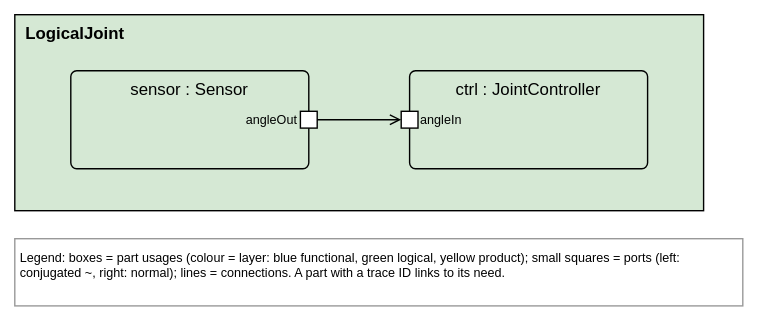
This is curatrix/tests/fixtures/sphinxdoc/views/jointView.drawio.svg from tiacsys/xdmod, a draw.io export, as it was before one commit. Source tidied: cells renumbered, new cells last; positions are measured from the earlier drawing's top-left corner, leaving out a move shared by most shapes. Source of this version:
```xml
<mxGraphModel>
  <root>
    <mxCell id="0" />
    <mxCell id="1" parent="0" />
    <mxCell id="2" value="LogicalJoint" style="rounded=0;html=0;verticalAlign=top;align=left;spacingLeft=6;fontStyle=1;fillColor=#D5E8D4;" parent="1" vertex="1">
      <mxGeometry width="492" height="140" as="geometry" />
    </mxCell>
    <mxCell id="3" value="Legend: boxes = part usages (colour = layer: blue functional, green logical, yellow product); small squares = ports (left: conjugated ~, right: normal); lines = connections. A part with a trace ID links to its need." style="text;html=0;align=left;verticalAlign=top;fontSize=9;fillColor=#FFFFFF;strokeColor=#999999;spacing=4;whiteSpace=wrap;" parent="1" vertex="1">
      <mxGeometry y="160" width="520" height="48" as="geometry" />
    </mxCell>
    <mxCell id="4" value="ctrl : JointController" style="rounded=1;arcSize=6;html=0;verticalAlign=top;whiteSpace=wrap;fillColor=#D5E8D4;" parent="2" vertex="1">
      <mxGeometry x="282" y="40" width="170" height="70" as="geometry" />
    </mxCell>
    <mxCell id="5" value="sensor : Sensor" style="rounded=1;arcSize=6;html=0;verticalAlign=top;whiteSpace=wrap;fillColor=#D5E8D4;" parent="2" vertex="1">
      <mxGeometry x="40" y="40" width="170" height="70" as="geometry" />
    </mxCell>
    <mxCell id="6" value="angleIn" style="rounded=0;html=0;fillColor=#FFFFFF;fontSize=9;labelPosition=right;align=left;verticalLabelPosition=middle;verticalAlign=middle;" parent="4" vertex="1">
      <mxGeometry x="-6" y="29" width="12" height="12" as="geometry" />
    </mxCell>
    <mxCell id="7" value="angleOut" style="rounded=0;html=0;fillColor=#FFFFFF;fontSize=9;labelPosition=left;align=right;verticalLabelPosition=middle;verticalAlign=middle;" parent="5" vertex="1">
      <mxGeometry x="164" y="29" width="12" height="12" as="geometry" />
    </mxCell>
    <mxCell id="8" style="endArrow=open;html=0;rounded=0;edgeStyle=orthogonalEdgeStyle;" parent="1" edge="1" source="7" target="6">
      <mxGeometry relative="1" as="geometry" />
    </mxCell>
  </root>
</mxGraphModel>
```
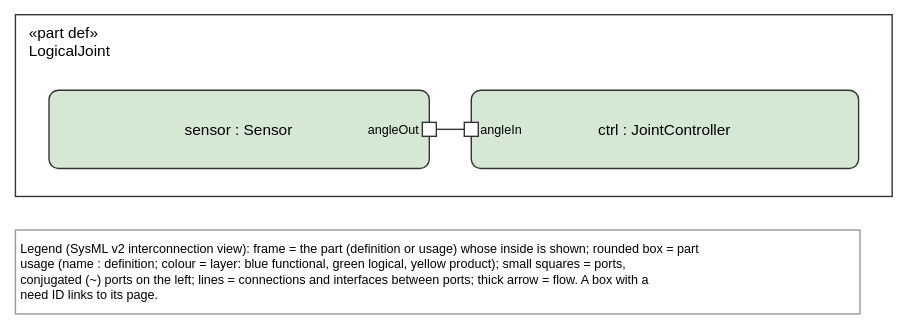
After the commit.

Change to the diagram source:
```diff
@@ -2,25 +2,25 @@
   <root>
     <mxCell id="0" />
     <mxCell id="1" parent="0" />
-    <mxCell id="2" value="LogicalJoint" style="rounded=0;html=0;verticalAlign=top;align=left;spacingLeft=6;fontStyle=1;fillColor=#D5E8D4;" parent="1" vertex="1">
-      <mxGeometry width="492" height="140" as="geometry" />
+    <mxCell id="2" value="«part def»&#10;LogicalJoint" style="html=0;fontFamily=Helvetica;fontSize=11;strokeColor=#333333;rounded=0;verticalAlign=top;align=left;spacingLeft=8;fillColor=none;" parent="1" vertex="1">
+      <mxGeometry width="627" height="130" as="geometry" />
     </mxCell>
-    <mxCell id="3" value="Legend: boxes = part usages (colour = layer: blue functional, green logical, yellow product); small squares = ports (left: conjugated ~, right: normal); lines = connections. A part with a trace ID links to its need." style="text;html=0;align=left;verticalAlign=top;fontSize=9;fillColor=#FFFFFF;strokeColor=#999999;spacing=4;whiteSpace=wrap;" parent="1" vertex="1">
-      <mxGeometry y="160" width="520" height="48" as="geometry" />
+    <mxCell id="3" value="Legend (SysML v2 interconnection view): frame = the part (definition or usage) whose inside is shown; rounded box = part&#10;usage (name : definition; colour = layer: blue functional, green logical, yellow product); small squares = ports,&#10;conjugated (~) ports on the left; lines = connections and interfaces between ports; thick arrow = flow. A box with a&#10;need ID links to its page." style="text;html=0;align=left;verticalAlign=top;fontFamily=Helvetica;fontSize=9;fillColor=#FFFFFF;strokeColor=#999999;spacing=4;" parent="1" vertex="1">
+      <mxGeometry y="154" width="604" height="60" as="geometry" />
     </mxCell>
-    <mxCell id="4" value="ctrl : JointController" style="rounded=1;arcSize=6;html=0;verticalAlign=top;whiteSpace=wrap;fillColor=#D5E8D4;" parent="2" vertex="1">
-      <mxGeometry x="282" y="40" width="170" height="70" as="geometry" />
+    <mxCell id="4" value="ctrl : JointController" style="html=0;fontFamily=Helvetica;fontSize=11;strokeColor=#333333;rounded=1;arcSize=12;fillColor=#FFFFFF;verticalAlign=middle;fillColor=#D5E8D4;" parent="2" vertex="1">
+      <mxGeometry x="326" y="54" width="277" height="56" as="geometry" />
     </mxCell>
-    <mxCell id="5" value="sensor : Sensor" style="rounded=1;arcSize=6;html=0;verticalAlign=top;whiteSpace=wrap;fillColor=#D5E8D4;" parent="2" vertex="1">
-      <mxGeometry x="40" y="40" width="170" height="70" as="geometry" />
+    <mxCell id="5" value="sensor : Sensor" style="html=0;fontFamily=Helvetica;fontSize=11;strokeColor=#333333;rounded=1;arcSize=12;fillColor=#FFFFFF;verticalAlign=middle;fillColor=#D5E8D4;" parent="2" vertex="1">
+      <mxGeometry x="24" y="54" width="272" height="56" as="geometry" />
     </mxCell>
-    <mxCell id="6" value="angleIn" style="rounded=0;html=0;fillColor=#FFFFFF;fontSize=9;labelPosition=right;align=left;verticalLabelPosition=middle;verticalAlign=middle;" parent="4" vertex="1">
-      <mxGeometry x="-6" y="29" width="12" height="12" as="geometry" />
+    <mxCell id="6" value="angleIn" style="html=0;fontFamily=Helvetica;fontSize=11;strokeColor=#333333;rounded=0;fillColor=#FFFFFF;fontSize=9;labelPosition=right;align=left;verticalLabelPosition=middle;verticalAlign=middle;" parent="4" vertex="1">
+      <mxGeometry x="-5" y="23" width="10" height="10" as="geometry" />
     </mxCell>
-    <mxCell id="7" value="angleOut" style="rounded=0;html=0;fillColor=#FFFFFF;fontSize=9;labelPosition=left;align=right;verticalLabelPosition=middle;verticalAlign=middle;" parent="5" vertex="1">
-      <mxGeometry x="164" y="29" width="12" height="12" as="geometry" />
+    <mxCell id="7" value="angleOut" style="html=0;fontFamily=Helvetica;fontSize=11;strokeColor=#333333;rounded=0;fillColor=#FFFFFF;fontSize=9;labelPosition=left;align=right;verticalLabelPosition=middle;verticalAlign=middle;" parent="5" vertex="1">
+      <mxGeometry x="267" y="23" width="10" height="10" as="geometry" />
     </mxCell>
-    <mxCell id="8" style="endArrow=open;html=0;rounded=0;edgeStyle=orthogonalEdgeStyle;" parent="1" edge="1" source="7" target="6">
+    <mxCell id="8" style="html=0;rounded=0;endSize=10;startSize=14;fontFamily=Helvetica;fontSize=10;labelBackgroundColor=#FFFFFF;strokeColor=#333333;endArrow=none;" parent="1" edge="1" source="7" target="6">
       <mxGeometry relative="1" as="geometry" />
     </mxCell>
   </root>
```
